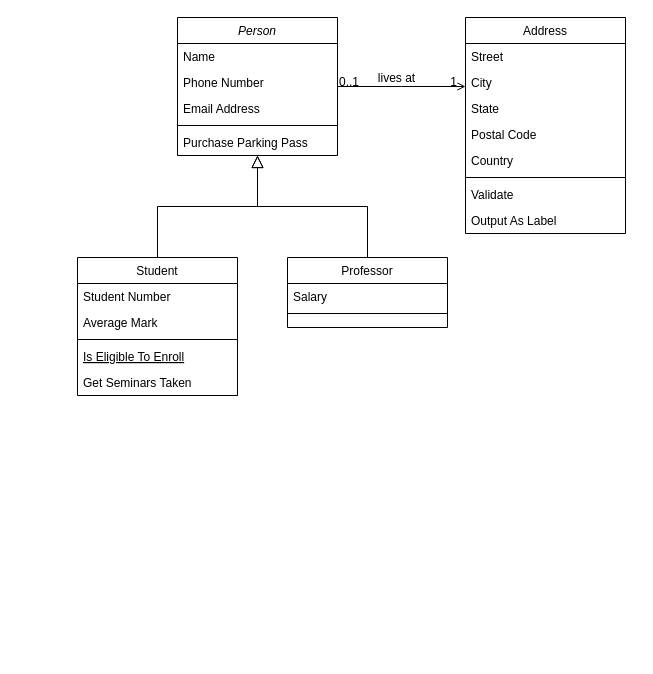
cruz-welandi/UML_Class_Diagram keeps this draw.io diagram as UML Class Diagram.drawio. Above is the earlier version. Source tidied: cells renumbered, new cells numbered last; positions are measured from the earlier drawing's top-left corner, leaving out a move shared by most shapes. Both pictures are drawn from the tidied source at 100%, with x=0, y=0 at pixel (77, 17).
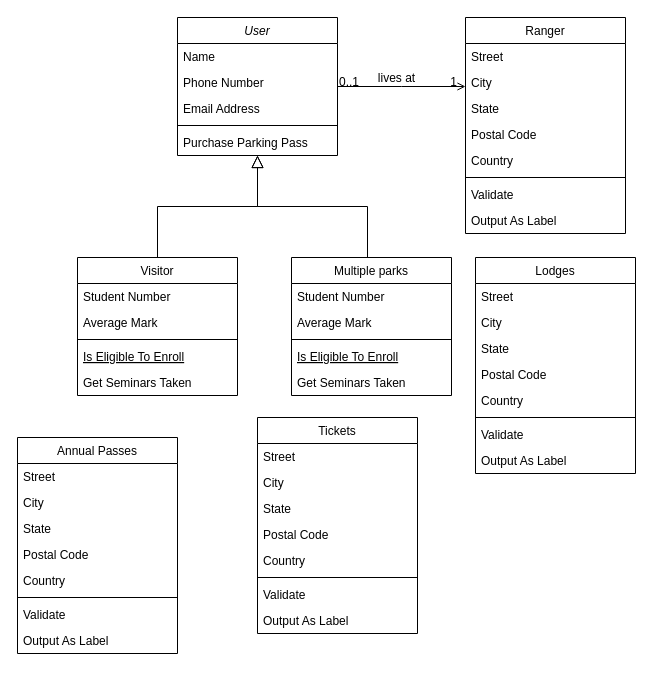
The same diagram, later.

Commit message (it also covers changes not shown here):
Mettre à jour UML Class Diagram.drawio

Diff of the diagram source:
```diff
@@
-    <mxCell id="2" value="Person" style="swimlane;fontStyle=2;align=center;verticalAlign=top;horizontal=1;startSize=26;rounded=0;shadow=0;strokeWidth=1;" parent="1" vertex="1">
+    <mxCell id="2" value="User" style="swimlane;fontStyle=2;align=center;verticalAlign=top;horizontal=1;startSize=26;rounded=0;shadow=0;strokeWidth=1;" parent="1" vertex="1">
       <mxGeometry x="100" width="160" height="138" as="geometry" />
     </mxCell>
@@
-    <mxCell id="8" value="Student" style="swimlane;fontStyle=0;align=center;verticalAlign=top;horizontal=1;startSize=26;rounded=0;shadow=0;strokeWidth=1;" parent="1" vertex="1">
+    <mxCell id="8" value="Visitor" style="swimlane;fontStyle=0;align=center;verticalAlign=top;horizontal=1;startSize=26;rounded=0;shadow=0;strokeWidth=1;" parent="1" vertex="1">
       <mxGeometry y="240" width="160" height="138" as="geometry" />
     </mxCell>
@@
-    <mxCell id="15" value="Professor" style="swimlane;fontStyle=0;align=center;verticalAlign=top;horizontal=1;startSize=26;rounded=0;shadow=0;strokeWidth=1;" parent="1" vertex="1">
-      <mxGeometry x="210" y="240" width="160" height="70" as="geometry" />
-    </mxCell>
-    <mxCell id="16" value="Salary" style="text;align=left;verticalAlign=top;spacingLeft=4;spacingRight=4;overflow=hidden;" parent="15" vertex="1">
-      <mxGeometry y="26" width="160" height="26" as="geometry" />
-    </mxCell>
-    <mxCell id="17" style="line;html=1;strokeWidth=1;align=left;verticalAlign=middle;spacingTop=-1;spacingLeft=3;spacingRight=3;labelPosition=right;" parent="15" vertex="1">
-      <mxGeometry y="52" width="160" height="8" as="geometry" />
-    </mxCell>
-    <mxCell id="18" style="endArrow=block;endSize=10;endFill=0;shadow=0;strokeWidth=1;rounded=0;edgeStyle=elbowEdgeStyle;elbow=vertical;" parent="1" edge="1" source="15" target="2">
-      <mxGeometry relative="1" as="geometry" />
+    <mxCell id="18" style="endArrow=block;endSize=10;endFill=0;shadow=0;strokeWidth=1;rounded=0;edgeStyle=elbowEdgeStyle;elbow=vertical;" parent="1" edge="1" target="2">
+      <mxGeometry relative="1" as="geometry">
+        <mxPoint x="290" y="240" as="sourcePoint" />
+      </mxGeometry>
     </mxCell>
-    <mxCell id="19" value="Address" style="swimlane;fontStyle=0;align=center;verticalAlign=top;horizontal=1;startSize=26;rounded=0;shadow=0;strokeWidth=1;" parent="1" vertex="1">
+    <mxCell id="19" value="Ranger" style="swimlane;fontStyle=0;align=center;verticalAlign=top;horizontal=1;startSize=26;rounded=0;shadow=0;strokeWidth=1;" parent="1" vertex="1">
       <mxGeometry x="388" width="160" height="216" as="geometry" />
     </mxCell>
@@
+    <mxCell id="32" value="Lodges" style="swimlane;fontStyle=0;align=center;verticalAlign=top;horizontal=1;startSize=26;rounded=0;shadow=0;strokeWidth=1;" parent="1" vertex="1">
+      <mxGeometry x="398" y="240" width="160" height="216" as="geometry" />
+    </mxCell>
+    <mxCell id="33" value="Street" style="text;align=left;verticalAlign=top;spacingLeft=4;spacingRight=4;overflow=hidden;" parent="32" vertex="1">
+      <mxGeometry y="26" width="160" height="26" as="geometry" />
+    </mxCell>
+    <mxCell id="34" value="City" style="text;align=left;verticalAlign=top;spacingLeft=4;spacingRight=4;overflow=hidden;rounded=0;shadow=0;html=0;" parent="32" vertex="1">
+      <mxGeometry y="52" width="160" height="26" as="geometry" />
+    </mxCell>
+    <mxCell id="35" value="State" style="text;align=left;verticalAlign=top;spacingLeft=4;spacingRight=4;overflow=hidden;rounded=0;shadow=0;html=0;" parent="32" vertex="1">
+      <mxGeometry y="78" width="160" height="26" as="geometry" />
+    </mxCell>
+    <mxCell id="36" value="Postal Code" style="text;align=left;verticalAlign=top;spacingLeft=4;spacingRight=4;overflow=hidden;rounded=0;shadow=0;html=0;" parent="32" vertex="1">
+      <mxGeometry y="104" width="160" height="26" as="geometry" />
+    </mxCell>
+    <mxCell id="37" value="Country" style="text;align=left;verticalAlign=top;spacingLeft=4;spacingRight=4;overflow=hidden;rounded=0;shadow=0;html=0;" parent="32" vertex="1">
+      <mxGeometry y="130" width="160" height="26" as="geometry" />
+    </mxCell>
+    <mxCell id="38" style="line;html=1;strokeWidth=1;align=left;verticalAlign=middle;spacingTop=-1;spacingLeft=3;spacingRight=3;labelPosition=right;" parent="32" vertex="1">
+      <mxGeometry y="156" width="160" height="8" as="geometry" />
+    </mxCell>
+    <mxCell id="39" value="Validate" style="text;align=left;verticalAlign=top;spacingLeft=4;spacingRight=4;overflow=hidden;" parent="32" vertex="1">
+      <mxGeometry y="164" width="160" height="26" as="geometry" />
+    </mxCell>
+    <mxCell id="40" value="Output As Label" style="text;align=left;verticalAlign=top;spacingLeft=4;spacingRight=4;overflow=hidden;" parent="32" vertex="1">
+      <mxGeometry y="190" width="160" height="26" as="geometry" />
+    </mxCell>
+    <mxCell id="41" value="Tickets" style="swimlane;fontStyle=0;align=center;verticalAlign=top;horizontal=1;startSize=26;rounded=0;shadow=0;strokeWidth=1;" parent="1" vertex="1">
+      <mxGeometry x="180" y="400" width="160" height="216" as="geometry" />
+    </mxCell>
+    <mxCell id="42" value="Street" style="text;align=left;verticalAlign=top;spacingLeft=4;spacingRight=4;overflow=hidden;" parent="41" vertex="1">
+      <mxGeometry y="26" width="160" height="26" as="geometry" />
+    </mxCell>
+    <mxCell id="43" value="City" style="text;align=left;verticalAlign=top;spacingLeft=4;spacingRight=4;overflow=hidden;rounded=0;shadow=0;html=0;" parent="41" vertex="1">
+      <mxGeometry y="52" width="160" height="26" as="geometry" />
+    </mxCell>
+    <mxCell id="44" value="State" style="text;align=left;verticalAlign=top;spacingLeft=4;spacingRight=4;overflow=hidden;rounded=0;shadow=0;html=0;" parent="41" vertex="1">
+      <mxGeometry y="78" width="160" height="26" as="geometry" />
+    </mxCell>
+    <mxCell id="45" value="Postal Code" style="text;align=left;verticalAlign=top;spacingLeft=4;spacingRight=4;overflow=hidden;rounded=0;shadow=0;html=0;" parent="41" vertex="1">
+      <mxGeometry y="104" width="160" height="26" as="geometry" />
+    </mxCell>
+    <mxCell id="46" value="Country" style="text;align=left;verticalAlign=top;spacingLeft=4;spacingRight=4;overflow=hidden;rounded=0;shadow=0;html=0;" parent="41" vertex="1">
+      <mxGeometry y="130" width="160" height="26" as="geometry" />
+    </mxCell>
+    <mxCell id="47" style="line;html=1;strokeWidth=1;align=left;verticalAlign=middle;spacingTop=-1;spacingLeft=3;spacingRight=3;labelPosition=right;" parent="41" vertex="1">
+      <mxGeometry y="156" width="160" height="8" as="geometry" />
+    </mxCell>
+    <mxCell id="48" value="Validate" style="text;align=left;verticalAlign=top;spacingLeft=4;spacingRight=4;overflow=hidden;" parent="41" vertex="1">
+      <mxGeometry y="164" width="160" height="26" as="geometry" />
+    </mxCell>
+    <mxCell id="49" value="Output As Label" style="text;align=left;verticalAlign=top;spacingLeft=4;spacingRight=4;overflow=hidden;" parent="41" vertex="1">
+      <mxGeometry y="190" width="160" height="26" as="geometry" />
+    </mxCell>
+    <mxCell id="50" value="Annual Passes" style="swimlane;fontStyle=0;align=center;verticalAlign=top;horizontal=1;startSize=26;rounded=0;shadow=0;strokeWidth=1;" parent="1" vertex="1">
+      <mxGeometry x="-60" y="420" width="160" height="216" as="geometry" />
+    </mxCell>
+    <mxCell id="51" value="Street" style="text;align=left;verticalAlign=top;spacingLeft=4;spacingRight=4;overflow=hidden;" parent="50" vertex="1">
+      <mxGeometry y="26" width="160" height="26" as="geometry" />
+    </mxCell>
+    <mxCell id="52" value="City" style="text;align=left;verticalAlign=top;spacingLeft=4;spacingRight=4;overflow=hidden;rounded=0;shadow=0;html=0;" parent="50" vertex="1">
+      <mxGeometry y="52" width="160" height="26" as="geometry" />
+    </mxCell>
+    <mxCell id="53" value="State" style="text;align=left;verticalAlign=top;spacingLeft=4;spacingRight=4;overflow=hidden;rounded=0;shadow=0;html=0;" parent="50" vertex="1">
+      <mxGeometry y="78" width="160" height="26" as="geometry" />
+    </mxCell>
+    <mxCell id="54" value="Postal Code" style="text;align=left;verticalAlign=top;spacingLeft=4;spacingRight=4;overflow=hidden;rounded=0;shadow=0;html=0;" parent="50" vertex="1">
+      <mxGeometry y="104" width="160" height="26" as="geometry" />
+    </mxCell>
+    <mxCell id="55" value="Country" style="text;align=left;verticalAlign=top;spacingLeft=4;spacingRight=4;overflow=hidden;rounded=0;shadow=0;html=0;" parent="50" vertex="1">
+      <mxGeometry y="130" width="160" height="26" as="geometry" />
+    </mxCell>
+    <mxCell id="56" style="line;html=1;strokeWidth=1;align=left;verticalAlign=middle;spacingTop=-1;spacingLeft=3;spacingRight=3;labelPosition=right;" parent="50" vertex="1">
+      <mxGeometry y="156" width="160" height="8" as="geometry" />
+    </mxCell>
+    <mxCell id="57" value="Validate" style="text;align=left;verticalAlign=top;spacingLeft=4;spacingRight=4;overflow=hidden;" parent="50" vertex="1">
+      <mxGeometry y="164" width="160" height="26" as="geometry" />
+    </mxCell>
+    <mxCell id="58" value="Output As Label" style="text;align=left;verticalAlign=top;spacingLeft=4;spacingRight=4;overflow=hidden;" parent="50" vertex="1">
+      <mxGeometry y="190" width="160" height="26" as="geometry" />
+    </mxCell>
+    <mxCell id="59" value="Multiple parks" style="swimlane;fontStyle=0;align=center;verticalAlign=top;horizontal=1;startSize=26;rounded=0;shadow=0;strokeWidth=1;" parent="1" vertex="1">
+      <mxGeometry x="214" y="240" width="160" height="138" as="geometry" />
+    </mxCell>
+    <mxCell id="60" value="Student Number" style="text;align=left;verticalAlign=top;spacingLeft=4;spacingRight=4;overflow=hidden;" parent="59" vertex="1">
+      <mxGeometry y="26" width="160" height="26" as="geometry" />
+    </mxCell>
+    <mxCell id="61" value="Average Mark" style="text;align=left;verticalAlign=top;spacingLeft=4;spacingRight=4;overflow=hidden;rounded=0;shadow=0;html=0;" parent="59" vertex="1">
+      <mxGeometry y="52" width="160" height="26" as="geometry" />
+    </mxCell>
+    <mxCell id="62" style="line;html=1;strokeWidth=1;align=left;verticalAlign=middle;spacingTop=-1;spacingLeft=3;spacingRight=3;labelPosition=right;" parent="59" vertex="1">
+      <mxGeometry y="78" width="160" height="8" as="geometry" />
+    </mxCell>
+    <mxCell id="63" value="Is Eligible To Enroll" style="text;align=left;verticalAlign=top;spacingLeft=4;spacingRight=4;overflow=hidden;fontStyle=4;" parent="59" vertex="1">
+      <mxGeometry y="86" width="160" height="26" as="geometry" />
+    </mxCell>
+    <mxCell id="64" value="Get Seminars Taken" style="text;align=left;verticalAlign=top;spacingLeft=4;spacingRight=4;overflow=hidden;" parent="59" vertex="1">
+      <mxGeometry y="112" width="160" height="26" as="geometry" />
+    </mxCell>
```
